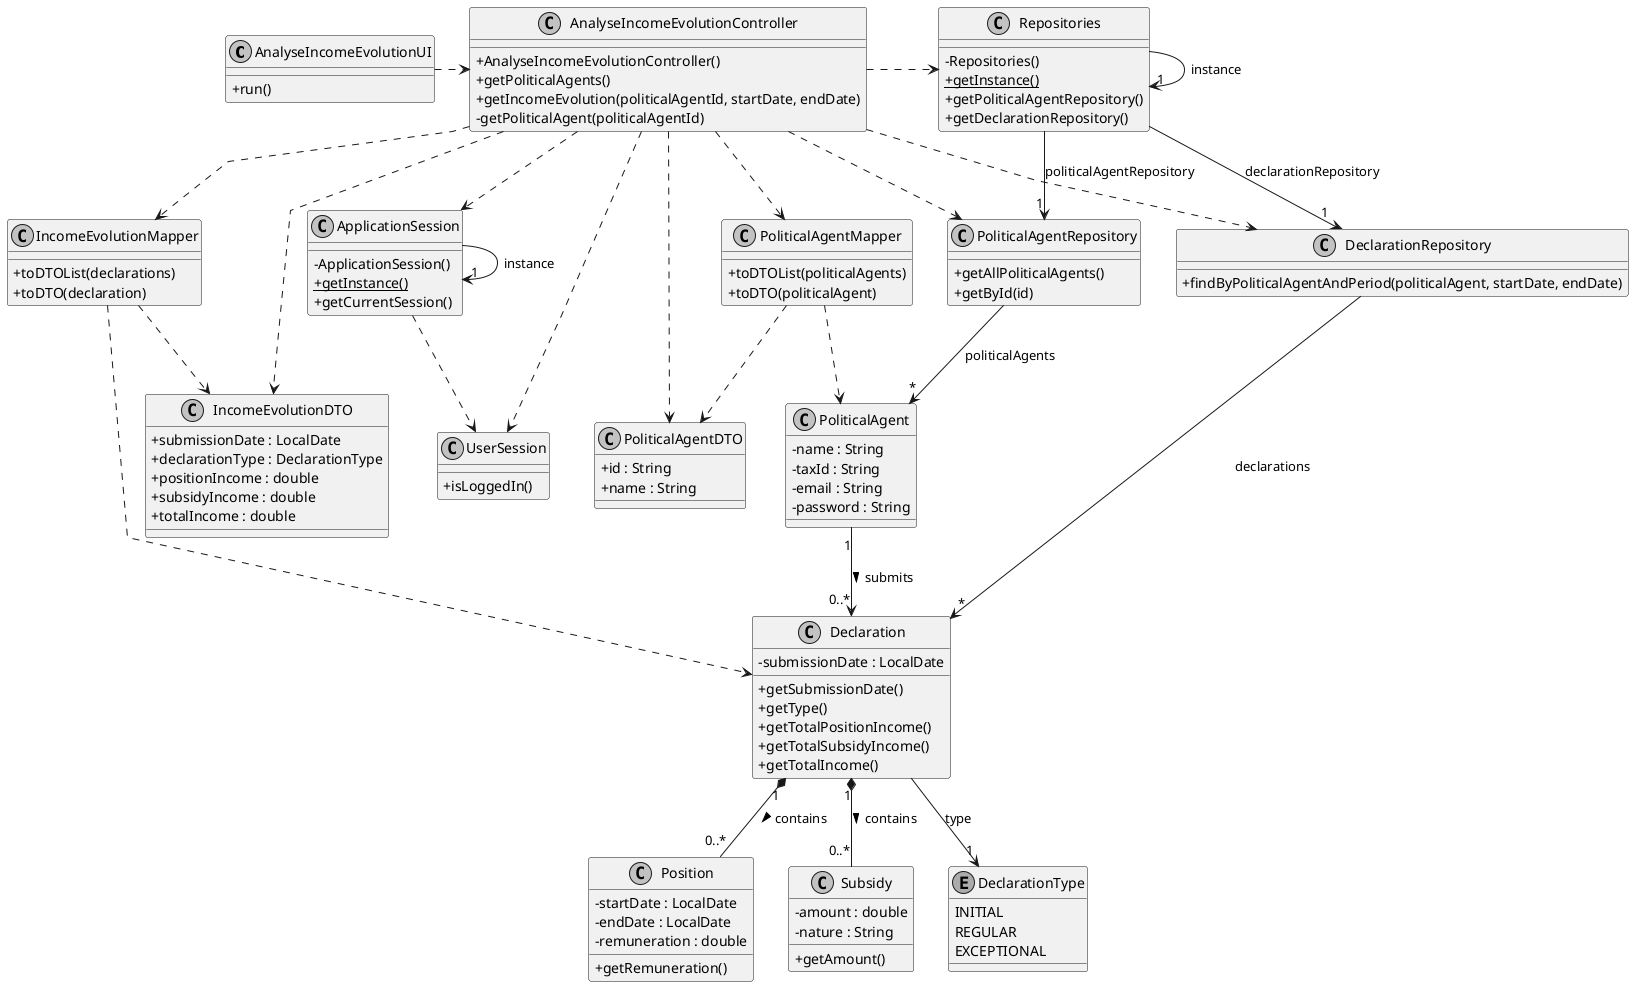
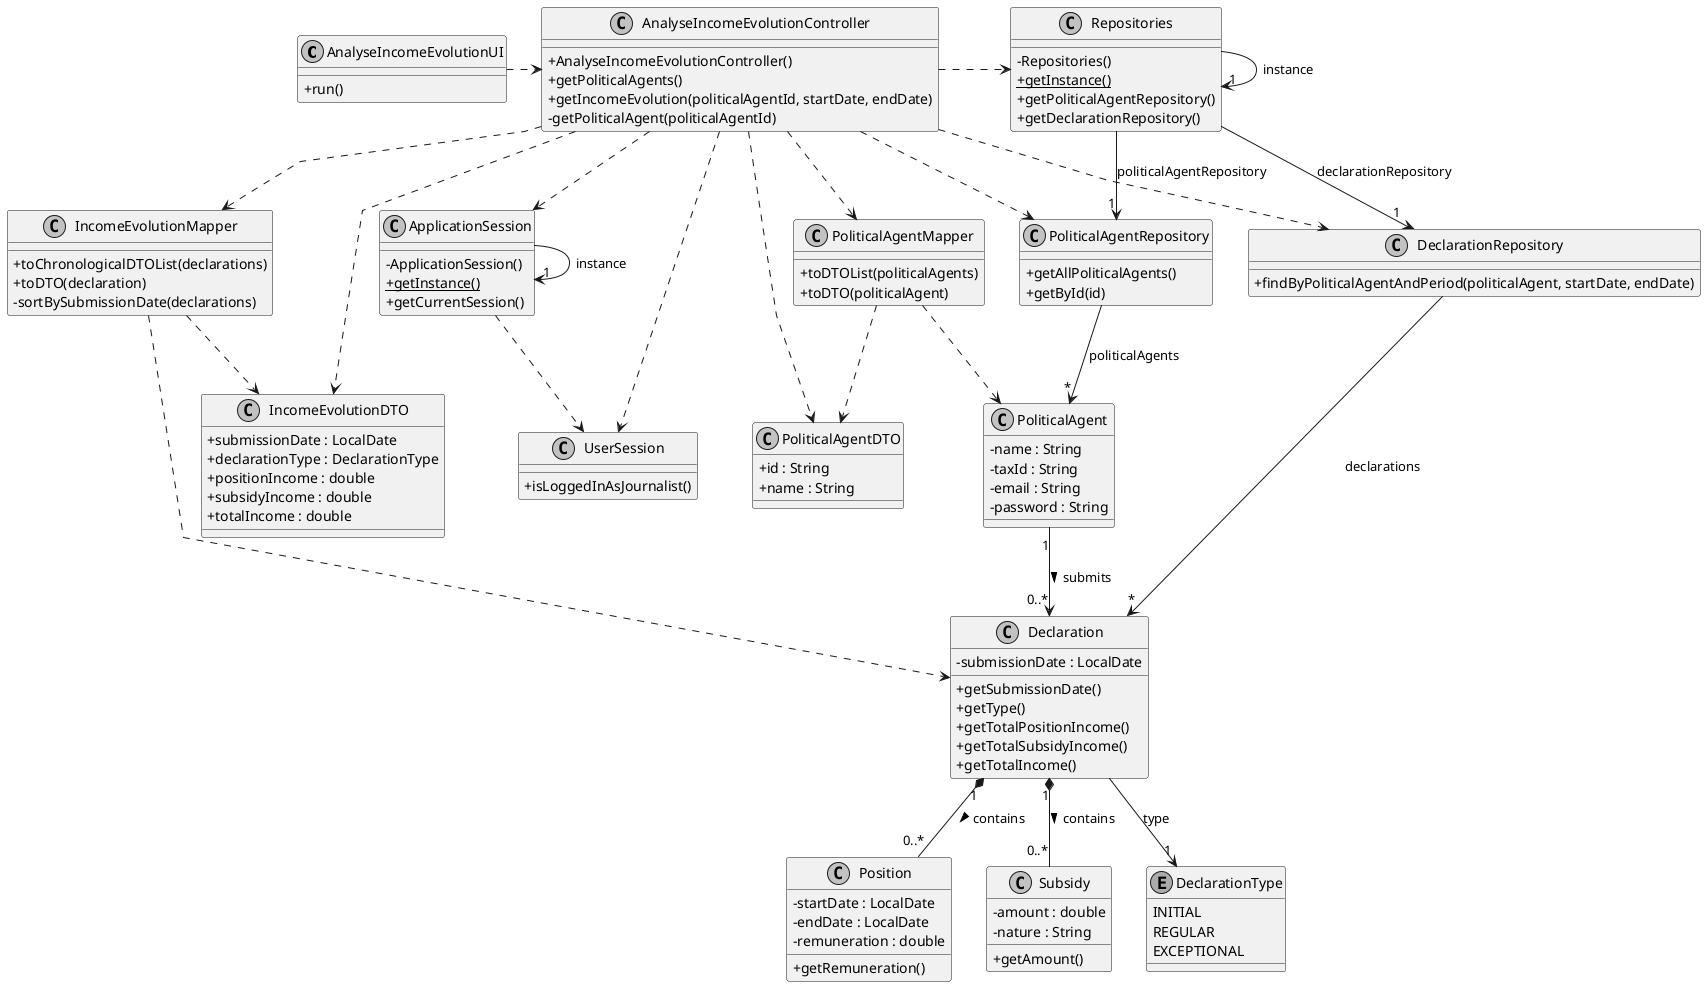
@startuml US010-CD
skinparam monochrome true
skinparam packageStyle rectangle
skinparam shadowing false
skinparam linetype polyline
skinparam classAttributeIconSize 0

class AnalyseIncomeEvolutionUI {
    + run()
}

class AnalyseIncomeEvolutionController {
    + AnalyseIncomeEvolutionController()
    + getPoliticalAgents()
    + getIncomeEvolution(politicalAgentId, startDate, endDate)
    - getPoliticalAgent(politicalAgentId)
}

class ApplicationSession {
    - ApplicationSession()
    + {static} getInstance()
    + getCurrentSession()
}

class UserSession {
-     + isLoggedIn()
+     + isLoggedInAsJournalist()
}

class Repositories {
    - Repositories()
    + {static} getInstance()
    + getPoliticalAgentRepository()
    + getDeclarationRepository()
}

class PoliticalAgentRepository {
    + getAllPoliticalAgents()
    + getById(id)
}

class DeclarationRepository {
    + findByPoliticalAgentAndPeriod(politicalAgent, startDate, endDate)
}

class PoliticalAgent {
    - name : String
    - taxId : String
    - email : String
    - password : String
}

class Declaration {
    - submissionDate : LocalDate

    + getSubmissionDate()
    + getType()
    + getTotalPositionIncome()
    + getTotalSubsidyIncome()
    + getTotalIncome()
}

class Position {
    - startDate : LocalDate
    - endDate : LocalDate
    - remuneration : double

    + getRemuneration()
}

class Subsidy {
    - amount : double
    - nature : String

    + getAmount()
}

class PoliticalAgentMapper {
    + toDTOList(politicalAgents)
    + toDTO(politicalAgent)
}

class IncomeEvolutionMapper {
-     + toDTOList(declarations)
+     + toChronologicalDTOList(declarations)
    + toDTO(declaration)
+     - sortBySubmissionDate(declarations)
}

class PoliticalAgentDTO {
    + id : String
    + name : String
}

class IncomeEvolutionDTO {
    + submissionDate : LocalDate
    + declarationType : DeclarationType
    + positionIncome : double
    + subsidyIncome : double
    + totalIncome : double
}

enum DeclarationType {
    INITIAL
    REGULAR
    EXCEPTIONAL
}

AnalyseIncomeEvolutionUI .> AnalyseIncomeEvolutionController

AnalyseIncomeEvolutionController .> Repositories
AnalyseIncomeEvolutionController ..> ApplicationSession
AnalyseIncomeEvolutionController ..> UserSession
AnalyseIncomeEvolutionController ..> PoliticalAgentRepository
AnalyseIncomeEvolutionController ..> DeclarationRepository
AnalyseIncomeEvolutionController ..> PoliticalAgentMapper
AnalyseIncomeEvolutionController ..> IncomeEvolutionMapper
AnalyseIncomeEvolutionController ..> PoliticalAgentDTO
AnalyseIncomeEvolutionController ..> IncomeEvolutionDTO

ApplicationSession -> "1" ApplicationSession : instance
ApplicationSession ..> UserSession

Repositories -> "1" Repositories : instance
Repositories --> "1" PoliticalAgentRepository : politicalAgentRepository
Repositories --> "1" DeclarationRepository : declarationRepository

PoliticalAgentRepository --> "*" PoliticalAgent : politicalAgents
DeclarationRepository --> "*" Declaration : declarations

PoliticalAgent "1" --> "0..*" Declaration : submits >

Declaration --> "1" DeclarationType : type
Declaration "1" *-- "0..*" Position : contains >
Declaration "1" *-- "0..*" Subsidy : contains >

PoliticalAgentMapper ..> PoliticalAgent
PoliticalAgentMapper ..> PoliticalAgentDTO

IncomeEvolutionMapper ..> Declaration
IncomeEvolutionMapper ..> IncomeEvolutionDTO

@enduml